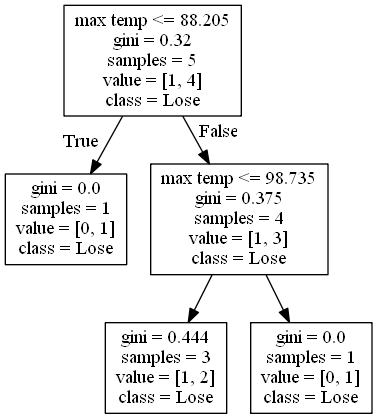
The Graphviz diagram DecisionTrees/Pac-12decision_tree_no_score_or_attendance8.png in alexana-steck/CSE482Project, before a commit. Its source is kept beside it as DecisionTrees/Pac-12decision_tree_no_score_or_attendance8.dot.
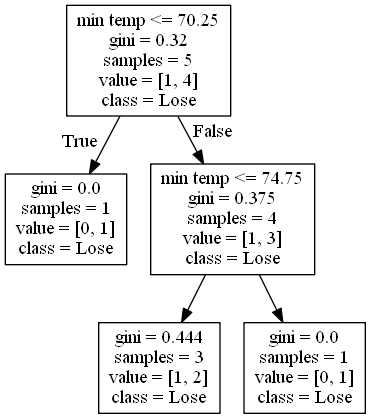
After the commit.

Change to the diagram source:
```diff
@@ -1,9 +1,9 @@
 digraph Tree {
 node [shape=box] ;
-0 [label="max temp <= 88.205\ngini = 0.32\nsamples = 5\nvalue = [1, 4]\nclass = Lose"] ;
+0 [label="min temp <= 70.25\ngini = 0.32\nsamples = 5\nvalue = [1, 4]\nclass = Lose"] ;
 1 [label="gini = 0.0\nsamples = 1\nvalue = [0, 1]\nclass = Lose"] ;
 0 -> 1 [labeldistance=2.5, labelangle=45, headlabel="True"] ;
-2 [label="max temp <= 98.735\ngini = 0.375\nsamples = 4\nvalue = [1, 3]\nclass = Lose"] ;
+2 [label="min temp <= 74.75\ngini = 0.375\nsamples = 4\nvalue = [1, 3]\nclass = Lose"] ;
 0 -> 2 [labeldistance=2.5, labelangle=-45, headlabel="False"] ;
 3 [label="gini = 0.444\nsamples = 3\nvalue = [1, 2]\nclass = Lose"] ;
 2 -> 3 ;
```
